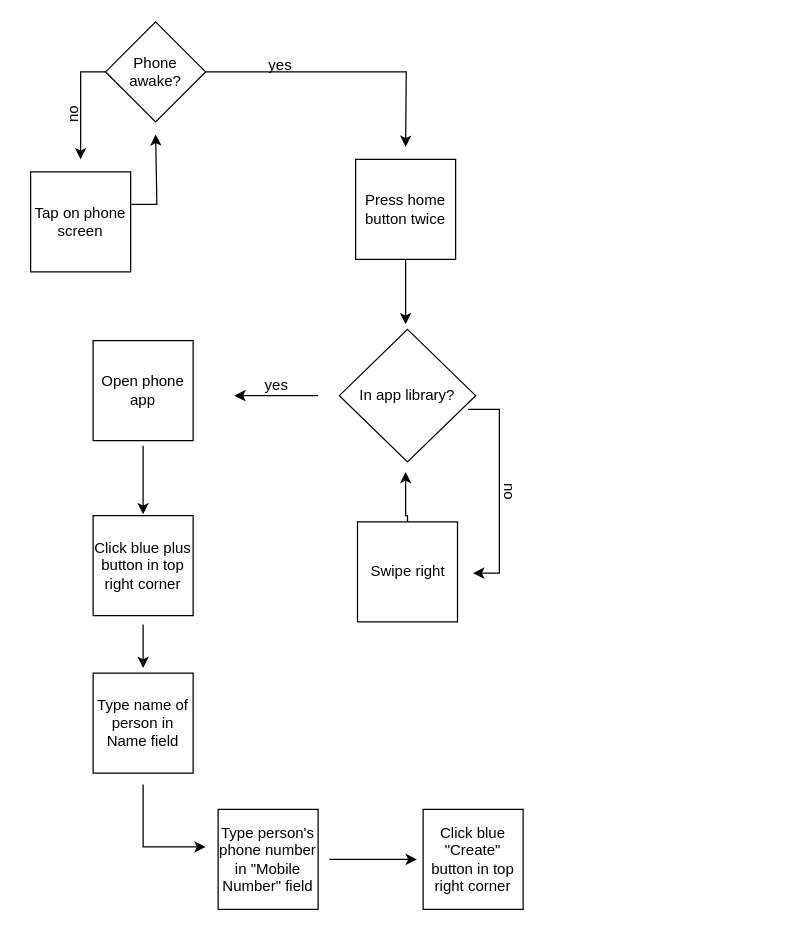
Before: Untitled Diagram.drawio in sofawho/ap-csp, a draw.io diagram. Source tidied: cells renumbered, new cells numbered last; positions are measured from the earlier drawing's top-left corner, leaving out a move shared by most shapes. Both pictures are drawn from the tidied source at 125%, with x=0, y=0 at pixel (30, 21).
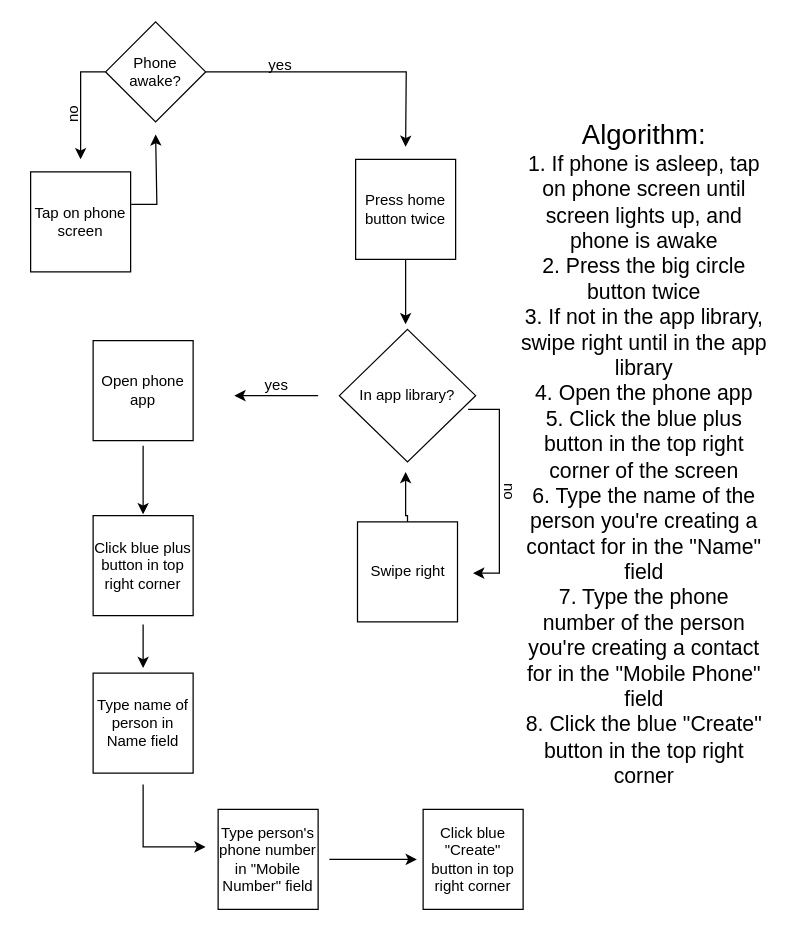
Above is the later version.

What changed in the source:
```diff
@@
+    <mxCell id="27" value="&lt;font style=&quot;font-size: 22px;&quot;&gt;Algorithm:&lt;br&gt;&lt;/font&gt;&lt;font style=&quot;font-size: 17px;&quot;&gt;1. If phone is asleep, tap on phone screen until screen lights up, and phone is awake&lt;br&gt;2. Press the big circle button twice&lt;br&gt;3. If not in the app library, swipe right until in the app library&lt;br&gt;4. Open the phone app&lt;br&gt;5. Click the blue plus button in the top right corner of the screen&lt;br&gt;6. Type the name of the person you're creating a contact for in the &quot;Name&quot; field&lt;br&gt;7. Type the phone number of the person you're creating a contact for in the &quot;Mobile Phone&quot; field&lt;br&gt;8. Click the blue &quot;Create&quot; button in the top right corner&lt;br&gt;&lt;/font&gt;" style="text;html=1;strokeColor=none;fillColor=none;align=center;verticalAlign=middle;whiteSpace=wrap;rounded=0;" parent="1" vertex="1">
+      <mxGeometry x="391" y="331" width="200" height="30" as="geometry" />
+    </mxCell>
```
